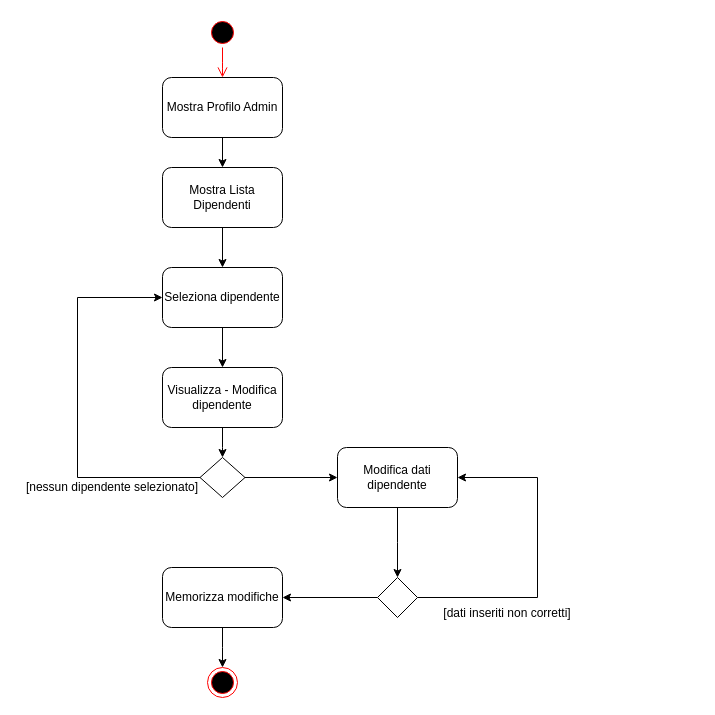
Earlier version of the draw.io diagram Diagrammi_delle_attivita/Modificabili/diagramma_attivita_modifica_dipendente.drawio (fd-col/ProgettoIngegneriaDelSoftware). Source tidied: cells renumbered, new cells numbered last; positions are measured from the earlier drawing's top-left corner, leaving out a move shared by most shapes. Both pictures are drawn from the tidied source at 100%, with x=0, y=0 at pixel (17, 17).
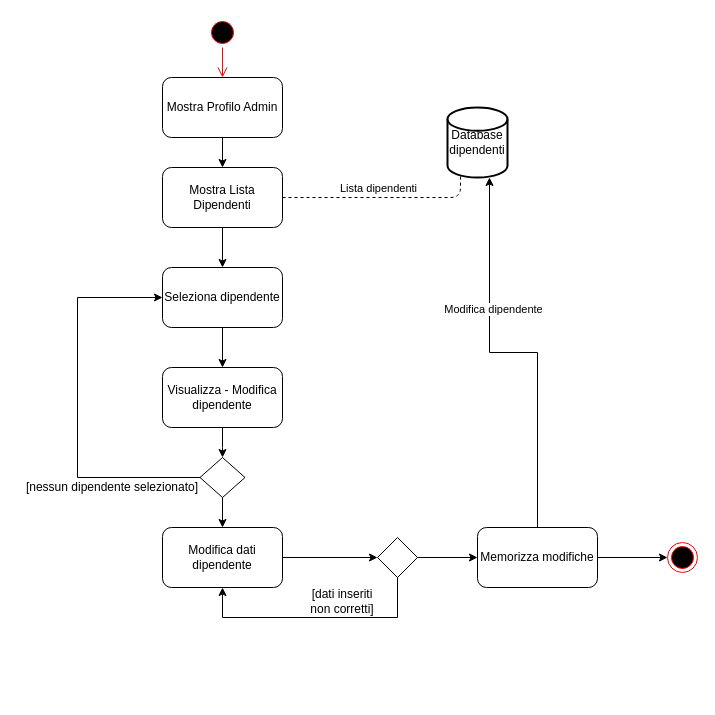
Above is the later version.

The change refers to these unchanged cells:
```xml
<mxCell id="7" value="Mostra Lista Dipendenti" style="rounded=1;whiteSpace=wrap;html=1;" parent="1" vertex="1">
  <mxGeometry x="145" y="150" width="120" height="60" as="geometry" />
</mxCell>
<mxCell id="14" style="rhombus;whiteSpace=wrap;html=1;" parent="1" vertex="1">
  <mxGeometry x="182.5" y="440" width="45" height="40" as="geometry" />
</mxCell>
```

What changed in the source:
```diff
@@
-    <mxCell id="13" style="edgeStyle=orthogonalEdgeStyle;rounded=0;jettySize=auto;html=1;entryX=0;entryY=0.5;entryDx=0;entryDy=0;" parent="1" edge="1" source="14" target="17">
+    <mxCell id="13" style="edgeStyle=orthogonalEdgeStyle;rounded=0;jettySize=auto;html=1;entryX=0.5;entryY=0;entryDx=0;entryDy=0;" parent="1" edge="1" source="14" target="17">
       <mxGeometry relative="1" as="geometry" />
     </mxCell>
@@
-    <mxCell id="16" style="edgeStyle=orthogonalEdgeStyle;rounded=0;jettySize=auto;html=1;" parent="1" edge="1" source="17">
-      <mxGeometry relative="1" as="geometry">
-        <mxPoint x="380" y="560" as="targetPoint" />
-      </mxGeometry>
+    <mxCell id="16" style="edgeStyle=orthogonalEdgeStyle;rounded=0;jettySize=auto;html=1;entryX=0;entryY=0.5;entryDx=0;entryDy=0;" parent="1" edge="1" source="17" target="20">
+      <mxGeometry relative="1" as="geometry" />
     </mxCell>
     <mxCell id="17" value="Modifica dati dipendente" style="rounded=1;whiteSpace=wrap;html=1;" parent="1" vertex="1">
-      <mxGeometry x="320" y="430" width="120" height="60" as="geometry" />
+      <mxGeometry x="145" y="510" width="120" height="60" as="geometry" />
     </mxCell>
+    <mxCell id="19" style="edgeStyle=orthogonalEdgeStyle;rounded=0;jettySize=auto;html=1;entryX=0;entryY=0.5;entryDx=0;entryDy=0;" parent="1" edge="1" source="20" target="23">
+      <mxGeometry relative="1" as="geometry" />
+    </mxCell>
-    <mxCell id="18" style="edgeStyle=orthogonalEdgeStyle;rounded=0;jettySize=auto;html=1;entryX=1;entryY=0.5;entryDx=0;entryDy=0;" parent="1" edge="1" source="20" target="17">
+    <mxCell id="18" style="edgeStyle=orthogonalEdgeStyle;rounded=0;jettySize=auto;html=1;entryX=0.5;entryY=1;entryDx=0;entryDy=0;" parent="1" edge="1" source="20" target="17">
       <mxGeometry relative="1" as="geometry">
         <Array as="points">
-          <mxPoint x="520" y="580" />
-          <mxPoint x="520" y="460" />
+          <mxPoint x="380" y="600" />
+          <mxPoint x="205" y="600" />
         </Array>
       </mxGeometry>
     </mxCell>
-    <mxCell id="19" style="edgeStyle=orthogonalEdgeStyle;rounded=0;jettySize=auto;html=1;entryX=1;entryY=0.5;entryDx=0;entryDy=0;" parent="1" edge="1" source="20" target="23">
-      <mxGeometry relative="1" as="geometry" />
-    </mxCell>
     <mxCell id="20" style="rhombus;whiteSpace=wrap;html=1;" parent="1" vertex="1">
-      <mxGeometry x="360" y="560" width="40" height="40" as="geometry" />
+      <mxGeometry x="360" y="520" width="40" height="40" as="geometry" />
     </mxCell>
     <mxCell id="21" value="[dati inseriti non corretti]" style="text;html=1;strokeColor=none;fillColor=none;align=center;verticalAlign=middle;whiteSpace=wrap;rounded=0;" parent="1" vertex="1">
-      <mxGeometry x="420" y="586" width="140" height="20" as="geometry" />
+      <mxGeometry x="290" y="574" width="70" height="20" as="geometry" />
     </mxCell>
-    <mxCell id="22" style="edgeStyle=orthogonalEdgeStyle;rounded=0;jettySize=auto;html=1;" parent="1" edge="1" source="23">
-      <mxGeometry relative="1" as="geometry">
-        <mxPoint x="205" y="650" as="targetPoint" />
-      </mxGeometry>
-    </mxCell>
+    <mxCell id="25" style="edgeStyle=orthogonalEdgeStyle;rounded=0;jettySize=auto;html=1;entryX=0.7;entryY=1;entryDx=0;entryDy=0;entryPerimeter=0;" parent="1" edge="1" source="23" target="28">
+      <mxGeometry relative="1" as="geometry" />
+    </mxCell>
+    <mxCell id="26" value="Modifica dipendente" style="edgeLabel;html=1;align=center;verticalAlign=middle;" parent="25" vertex="1">
+      <mxGeometry x="0.34" y="-3" relative="1" as="geometry" />
+    </mxCell>
+    <mxCell id="27" style="edgeStyle=orthogonalEdgeStyle;rounded=0;jettySize=auto;html=1;" parent="1" edge="1" source="23" target="24">
+      <mxGeometry relative="1" as="geometry" />
+    </mxCell>
     <mxCell id="23" value="Memorizza modifiche" style="rounded=1;whiteSpace=wrap;html=1;" parent="1" vertex="1">
-      <mxGeometry x="145" y="550" width="120" height="60" as="geometry" />
+      <mxGeometry x="460" y="510" width="120" height="60" as="geometry" />
     </mxCell>
     <mxCell id="24" style="ellipse;html=1;shape=endState;fillColor=#000000;strokeColor=#ff0000;" parent="1" vertex="1">
-      <mxGeometry x="190" y="650" width="30" height="30" as="geometry" />
+      <mxGeometry x="650" y="525" width="30" height="30" as="geometry" />
     </mxCell>
+    <mxCell id="28" value="Database&lt;br&gt;dipendenti" style="strokeWidth=2;html=1;shape=mxgraph.flowchart.database;whiteSpace=wrap;" parent="1" vertex="1">
+      <mxGeometry x="430" y="90" width="60" height="70" as="geometry" />
+    </mxCell>
+    <mxCell id="29" style="endArrow=none;dashed=1;html=1;entryX=0.217;entryY=0.986;entryDx=0;entryDy=0;entryPerimeter=0;exitX=1;exitY=0.5;exitDx=0;exitDy=0;" parent="1" edge="1" source="7" target="28">
+      <mxGeometry relative="1" as="geometry">
+        <Array as="points">
+          <mxPoint x="443" y="180" />
+        </Array>
+      </mxGeometry>
+    </mxCell>
+    <mxCell id="30" value="Lista dipendenti" style="edgeLabel;html=1;align=center;verticalAlign=middle;" parent="29" vertex="1">
+      <mxGeometry x="0.17" y="3" relative="1" as="geometry">
+        <mxPoint x="-21" y="-7" as="offset" />
+      </mxGeometry>
+    </mxCell>
```
